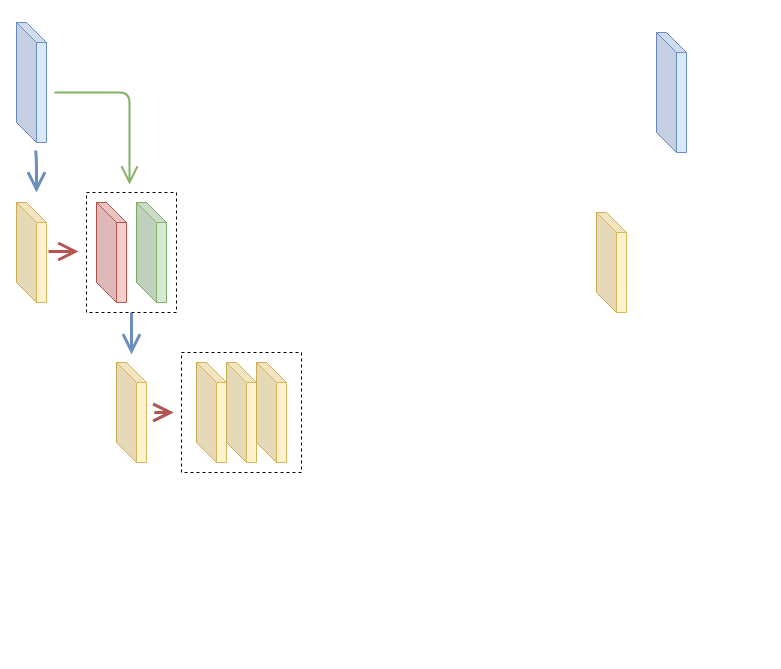
zepherusqin/zepherusqin.github.io keeps this draw.io diagram as page "Page-1" (1 of 2) of Untitled Diagram.drawio. Above is the earlier version. Source tidied: cells renumbered, new cells numbered last; positions are measured from the earlier drawing's top-left corner, leaving out a move shared by most shapes. Both pictures are drawn from the tidied source at 100%, with x=0, y=0 at pixel (16, 22).
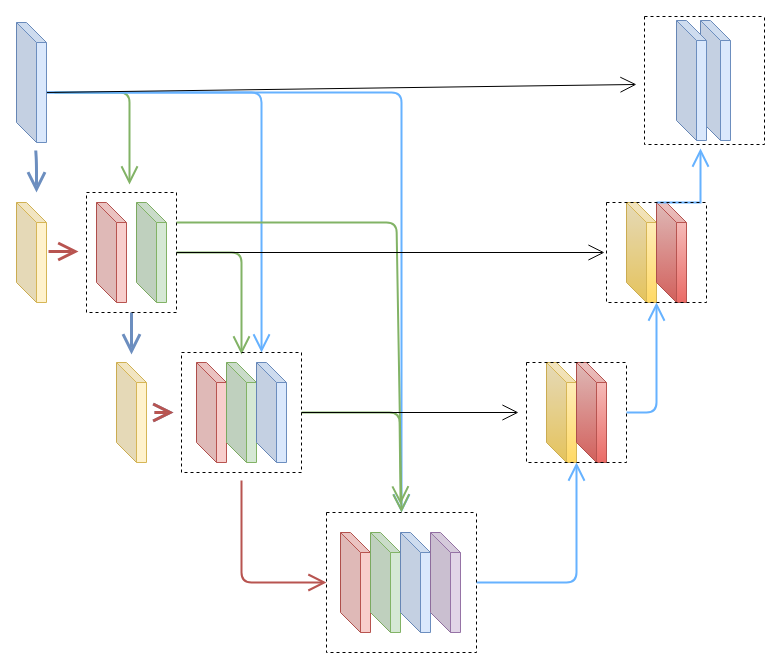
The same page after the edit.

The change refers to these unchanged cells:
```xml
<mxCell id="4" style="shape=cube;whiteSpace=wrap;html=1;boundedLbl=1;backgroundOutline=1;darkOpacity=0.05;darkOpacity2=0.1;fillColor=#dae8fc;strokeColor=#6c8ebf;" parent="1" vertex="1">
  <mxGeometry width="30" height="120" as="geometry" />
</mxCell>
<mxCell id="12" style="rounded=0;whiteSpace=wrap;html=1;hachureGap=4;shadow=0;glass=0;sketch=0;fillStyle=auto;fillColor=none;dashed=1;" parent="1" vertex="1">
  <mxGeometry x="70" y="170" width="90" height="120" as="geometry" />
</mxCell>
<mxCell id="19" style="whiteSpace=wrap;html=1;rounded=0;shadow=0;glass=0;dashed=1;sketch=0;hachureGap=4;fillColor=none;gradientDirection=south;" parent="1" vertex="1">
  <mxGeometry x="165" y="330" width="120" height="120" as="geometry" />
</mxCell>
```

What changed in the source:
```diff
@@
+    <mxCell id="20" style="edgeStyle=none;rounded=1;jettySize=auto;html=1;exitX=0;exitY=0;exitDx=30;exitDy=70;exitPerimeter=0;entryX=0.667;entryY=0;entryDx=0;entryDy=0;entryPerimeter=0;endArrow=open;startSize=14;endSize=14;sourcePerimeterSpacing=8;targetPerimeterSpacing=8;strokeColor=#66B2FF;strokeWidth=2;" parent="1" edge="1" source="4" target="19">
+      <mxGeometry relative="1" as="geometry">
+        <Array as="points">
+          <mxPoint x="245" y="70" />
+        </Array>
+      </mxGeometry>
+    </mxCell>
+    <mxCell id="21" style="edgeStyle=none;rounded=1;jettySize=auto;html=1;exitX=0;exitY=0;exitDx=30;exitDy=70;exitPerimeter=0;entryX=0.5;entryY=0;entryDx=0;entryDy=0;endArrow=open;startSize=14;endSize=14;sourcePerimeterSpacing=8;targetPerimeterSpacing=8;strokeColor=#66B2FF;strokeWidth=2;" parent="1" edge="1" source="4" target="35">
+      <mxGeometry relative="1" as="geometry">
+        <Array as="points">
+          <mxPoint x="385" y="70" />
+        </Array>
+      </mxGeometry>
+    </mxCell>
+    <mxCell id="22" style="edgeStyle=none;rounded=0;jettySize=auto;html=1;exitX=0;exitY=0;exitDx=30;exitDy=70;exitPerimeter=0;entryX=-0.067;entryY=0.531;entryDx=0;entryDy=0;entryPerimeter=0;endArrow=open;startSize=14;endSize=14;sourcePerimeterSpacing=8;targetPerimeterSpacing=8;strokeColor=default;strokeWidth=1;" parent="1" edge="1" source="4" target="44">
+      <mxGeometry relative="1" as="geometry" />
+    </mxCell>
@@
     <mxCell id="7" style="shape=cube;whiteSpace=wrap;html=1;boundedLbl=1;backgroundOutline=1;darkOpacity=0.05;darkOpacity2=0.1;fillColor=#dae8fc;strokeColor=#6c8ebf;" parent="1" vertex="1">
-      <mxGeometry x="640" y="10" width="30" height="120" as="geometry" />
+      <mxGeometry x="684" y="-2" width="30" height="120" as="geometry" />
     </mxCell>
-    <mxCell id="8" style="shape=cube;whiteSpace=wrap;html=1;boundedLbl=1;backgroundOutline=1;darkOpacity=0.05;darkOpacity2=0.1;fillColor=#fff2cc;strokeColor=#d6b656;" parent="1" vertex="1">
-      <mxGeometry x="580" y="190" width="30" height="100" as="geometry" />
+    <mxCell id="8" style="shape=cube;whiteSpace=wrap;html=1;boundedLbl=1;backgroundOutline=1;darkOpacity=0.05;darkOpacity2=0.1;fillColor=#fff2cc;strokeColor=#d6b656;gradientColor=#ffd966;" parent="1" vertex="1">
+      <mxGeometry x="530" y="340" width="30" height="100" as="geometry" />
     </mxCell>
@@
+    <mxCell id="23" style="edgeStyle=none;rounded=1;jettySize=auto;html=1;exitX=1;exitY=0.5;exitDx=0;exitDy=0;endArrow=open;startSize=14;endSize=14;sourcePerimeterSpacing=8;targetPerimeterSpacing=8;strokeColor=#82B366;strokeWidth=2;" parent="1" edge="1" source="12" target="17">
+      <mxGeometry relative="1" as="geometry">
+        <Array as="points">
+          <mxPoint x="225" y="230" />
+        </Array>
+      </mxGeometry>
+    </mxCell>
+    <mxCell id="24" style="edgeStyle=none;rounded=1;jettySize=auto;html=1;exitX=1;exitY=0.25;exitDx=0;exitDy=0;entryX=0.5;entryY=0;entryDx=0;entryDy=0;endArrow=open;startSize=14;endSize=14;sourcePerimeterSpacing=8;targetPerimeterSpacing=8;strokeColor=#82B366;strokeWidth=2;" parent="1" edge="1" source="12" target="35">
+      <mxGeometry relative="1" as="geometry">
+        <Array as="points">
+          <mxPoint x="380" y="200" />
+        </Array>
+      </mxGeometry>
+    </mxCell>
+    <mxCell id="25" style="edgeStyle=none;rounded=0;jettySize=auto;html=1;exitX=1;exitY=0.5;exitDx=0;exitDy=0;endArrow=open;startSize=14;endSize=14;sourcePerimeterSpacing=8;targetPerimeterSpacing=8;strokeColor=default;strokeWidth=1;" parent="1" edge="1" source="12">
+      <mxGeometry relative="1" as="geometry">
+        <mxPoint x="588" y="230" as="targetPoint" />
+      </mxGeometry>
+    </mxCell>
@@
-    <mxCell id="16" style="shape=cube;whiteSpace=wrap;html=1;boundedLbl=1;backgroundOutline=1;darkOpacity=0.05;darkOpacity2=0.1;fillColor=#fff2cc;strokeColor=#d6b656;" parent="1" vertex="1">
+    <mxCell id="16" style="shape=cube;whiteSpace=wrap;html=1;boundedLbl=1;backgroundOutline=1;darkOpacity=0.05;darkOpacity2=0.1;fillColor=#f8cecc;strokeColor=#b85450;" parent="1" vertex="1">
       <mxGeometry x="180" y="340" width="30" height="100" as="geometry" />
     </mxCell>
-    <mxCell id="17" style="shape=cube;whiteSpace=wrap;html=1;boundedLbl=1;backgroundOutline=1;darkOpacity=0.05;darkOpacity2=0.1;fillColor=#fff2cc;strokeColor=#d6b656;" parent="1" vertex="1">
+    <mxCell id="17" style="shape=cube;whiteSpace=wrap;html=1;boundedLbl=1;backgroundOutline=1;darkOpacity=0.05;darkOpacity2=0.1;fillColor=#d5e8d4;strokeColor=#82b366;" parent="1" vertex="1">
       <mxGeometry x="210" y="340" width="30" height="100" as="geometry" />
     </mxCell>
-    <mxCell id="18" style="shape=cube;whiteSpace=wrap;html=1;boundedLbl=1;backgroundOutline=1;darkOpacity=0.05;darkOpacity2=0.1;fillColor=#fff2cc;strokeColor=#d6b656;" parent="1" vertex="1">
+    <mxCell id="18" style="shape=cube;whiteSpace=wrap;html=1;boundedLbl=1;backgroundOutline=1;darkOpacity=0.05;darkOpacity2=0.1;fillColor=#dae8fc;strokeColor=#6c8ebf;" parent="1" vertex="1">
       <mxGeometry x="240" y="340" width="30" height="100" as="geometry" />
     </mxCell>
+    <mxCell id="26" style="edgeStyle=none;rounded=1;jettySize=auto;html=1;entryX=0;entryY=0.5;entryDx=0;entryDy=0;endArrow=open;startSize=14;endSize=14;sourcePerimeterSpacing=8;targetPerimeterSpacing=8;strokeColor=#B85450;strokeWidth=2;" parent="1" edge="1" source="19" target="35">
+      <mxGeometry relative="1" as="geometry">
+        <Array as="points">
+          <mxPoint x="225" y="560" />
+        </Array>
+      </mxGeometry>
+    </mxCell>
+    <mxCell id="27" style="edgeStyle=none;rounded=1;jettySize=auto;html=1;exitX=1;exitY=0.5;exitDx=0;exitDy=0;endArrow=open;startSize=14;endSize=14;sourcePerimeterSpacing=8;targetPerimeterSpacing=8;strokeColor=#82B366;strokeWidth=2;" parent="1" edge="1" source="19" target="35">
+      <mxGeometry relative="1" as="geometry">
+        <Array as="points">
+          <mxPoint x="383" y="390" />
+        </Array>
+      </mxGeometry>
+    </mxCell>
+    <mxCell id="28" style="edgeStyle=none;rounded=1;jettySize=auto;html=1;exitX=1;exitY=0.5;exitDx=0;exitDy=0;entryX=0;entryY=0.5;entryDx=0;entryDy=0;endArrow=open;startSize=14;endSize=14;sourcePerimeterSpacing=8;targetPerimeterSpacing=8;strokeColor=none;strokeWidth=2;" parent="1" edge="1" source="19" target="40">
+      <mxGeometry relative="1" as="geometry" />
+    </mxCell>
+    <mxCell id="29" style="edgeStyle=none;jettySize=auto;html=1;exitX=1;exitY=0.5;exitDx=0;exitDy=0;endArrow=open;startSize=14;endSize=14;sourcePerimeterSpacing=8;targetPerimeterSpacing=8;strokeColor=default;strokeWidth=1;rounded=0;" parent="1" edge="1" source="19" target="40">
+      <mxGeometry relative="1" as="geometry" />
+    </mxCell>
@@
+    <mxCell id="30" style="shape=cube;whiteSpace=wrap;html=1;boundedLbl=1;backgroundOutline=1;darkOpacity=0.05;darkOpacity2=0.1;fillColor=#f8cecc;strokeColor=#b85450;" parent="1" vertex="1">
+      <mxGeometry x="324" y="510" width="30" height="100" as="geometry" />
+    </mxCell>
+    <mxCell id="31" style="shape=cube;whiteSpace=wrap;html=1;boundedLbl=1;backgroundOutline=1;darkOpacity=0.05;darkOpacity2=0.1;fillColor=#d5e8d4;strokeColor=#82b366;" parent="1" vertex="1">
+      <mxGeometry x="354" y="510" width="30" height="100" as="geometry" />
+    </mxCell>
+    <mxCell id="32" style="shape=cube;whiteSpace=wrap;html=1;boundedLbl=1;backgroundOutline=1;darkOpacity=0.05;darkOpacity2=0.1;fillColor=#dae8fc;strokeColor=#6c8ebf;" parent="1" vertex="1">
+      <mxGeometry x="384" y="510" width="30" height="100" as="geometry" />
+    </mxCell>
+    <mxCell id="33" style="shape=cube;whiteSpace=wrap;html=1;boundedLbl=1;backgroundOutline=1;darkOpacity=0.05;darkOpacity2=0.1;fillColor=#e1d5e7;strokeColor=#9673a6;" parent="1" vertex="1">
+      <mxGeometry x="414" y="510" width="30" height="100" as="geometry" />
+    </mxCell>
+    <mxCell id="34" style="edgeStyle=none;rounded=1;jettySize=auto;html=1;exitX=1;exitY=0.5;exitDx=0;exitDy=0;entryX=0.5;entryY=1;entryDx=0;entryDy=0;endArrow=open;startSize=14;endSize=14;sourcePerimeterSpacing=8;targetPerimeterSpacing=8;strokeColor=#66B2FF;strokeWidth=2;" parent="1" edge="1" source="35" target="40">
+      <mxGeometry relative="1" as="geometry">
+        <Array as="points">
+          <mxPoint x="560" y="560" />
+        </Array>
+      </mxGeometry>
+    </mxCell>
+    <mxCell id="35" style="swimlane;startSize=0;rounded=0;shadow=0;glass=0;dashed=1;sketch=0;hachureGap=4;fillColor=none;gradientDirection=south;" parent="1" vertex="1">
+      <mxGeometry x="310" y="490" width="150" height="140" as="geometry" />
+    </mxCell>
+    <mxCell id="36" style="shape=cube;whiteSpace=wrap;html=1;boundedLbl=1;backgroundOutline=1;darkOpacity=0.05;darkOpacity2=0.1;fillColor=#f8cecc;strokeColor=#b85450;gradientColor=#ea6b66;" parent="1" vertex="1">
+      <mxGeometry x="560" y="340" width="30" height="100" as="geometry" />
+    </mxCell>
+    <mxCell id="37" style="shape=cube;whiteSpace=wrap;html=1;boundedLbl=1;backgroundOutline=1;darkOpacity=0.05;darkOpacity2=0.1;fillColor=#fff2cc;strokeColor=#d6b656;gradientColor=#ffd966;" parent="1" vertex="1">
+      <mxGeometry x="610" y="180" width="30" height="100" as="geometry" />
+    </mxCell>
+    <mxCell id="38" style="shape=cube;whiteSpace=wrap;html=1;boundedLbl=1;backgroundOutline=1;darkOpacity=0.05;darkOpacity2=0.1;fillColor=#f8cecc;strokeColor=#b85450;gradientColor=#ea6b66;" parent="1" vertex="1">
+      <mxGeometry x="640" y="180" width="30" height="100" as="geometry" />
+    </mxCell>
+    <mxCell id="39" style="edgeStyle=none;rounded=1;jettySize=auto;html=1;exitX=1;exitY=0.5;exitDx=0;exitDy=0;entryX=0.5;entryY=1;entryDx=0;entryDy=0;endArrow=open;startSize=14;endSize=14;sourcePerimeterSpacing=8;targetPerimeterSpacing=8;strokeColor=#66B2FF;strokeWidth=2;" parent="1" edge="1" source="40" target="42">
+      <mxGeometry relative="1" as="geometry">
+        <Array as="points">
+          <mxPoint x="640" y="390" />
+        </Array>
+      </mxGeometry>
+    </mxCell>
+    <mxCell id="40" style="swimlane;startSize=0;rounded=0;shadow=0;glass=0;dashed=1;sketch=0;hachureGap=4;fillColor=none;gradientDirection=south;" parent="1" vertex="1">
+      <mxGeometry x="510" y="340" width="100" height="100" as="geometry" />
+    </mxCell>
+    <mxCell id="41" style="edgeStyle=none;rounded=0;jettySize=auto;html=1;exitX=0.5;exitY=0;exitDx=0;exitDy=0;endArrow=open;startSize=14;endSize=14;sourcePerimeterSpacing=8;targetPerimeterSpacing=8;strokeColor=#66B2FF;strokeWidth=2;" parent="1" edge="1" source="42">
+      <mxGeometry relative="1" as="geometry">
+        <mxPoint x="684" y="126" as="targetPoint" />
+        <Array as="points">
+          <mxPoint x="684" y="180" />
+        </Array>
+      </mxGeometry>
+    </mxCell>
+    <mxCell id="42" style="swimlane;startSize=0;rounded=0;shadow=0;glass=0;dashed=1;sketch=0;hachureGap=4;fillColor=none;gradientDirection=south;" parent="1" vertex="1">
+      <mxGeometry x="590" y="180" width="100" height="100" as="geometry" />
+    </mxCell>
+    <mxCell id="43" style="shape=cube;whiteSpace=wrap;html=1;boundedLbl=1;backgroundOutline=1;darkOpacity=0.05;darkOpacity2=0.1;fillColor=#dae8fc;strokeColor=#6c8ebf;" parent="1" vertex="1">
+      <mxGeometry x="660" y="-2" width="30" height="120" as="geometry" />
+    </mxCell>
+    <mxCell id="44" style="swimlane;startSize=0;rounded=0;shadow=0;glass=0;dashed=1;sketch=0;hachureGap=4;fillColor=none;gradientDirection=south;" parent="1" vertex="1">
+      <mxGeometry x="628" y="-6" width="120" height="128" as="geometry" />
+    </mxCell>
```
